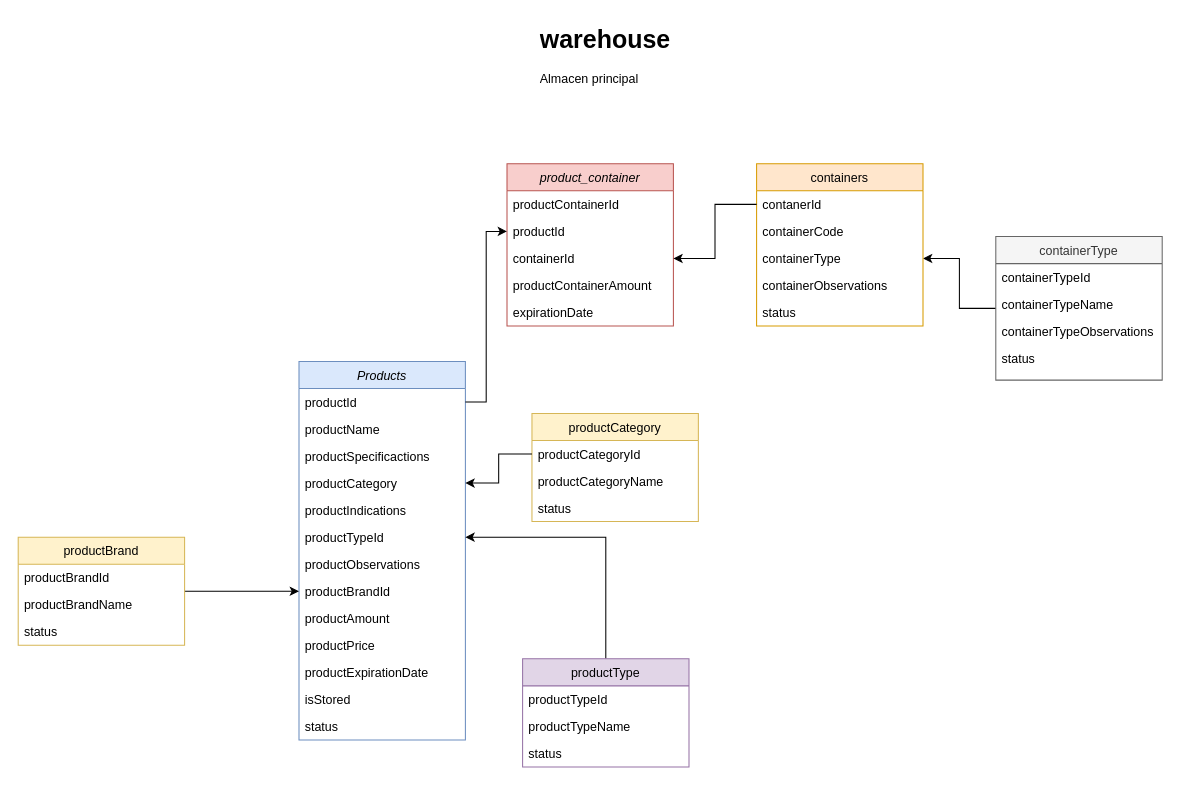
Earlier version of the draw.io diagram pharmacy.drawio (CarlosMayo1/pharmacy). Source tidied: cells renumbered, new cells numbered last; positions are measured from the earlier drawing's top-left corner, leaving out a move shared by most shapes. Both pictures are drawn from the tidied source at 104%, with x=0, y=0 at pixel (18, 18).
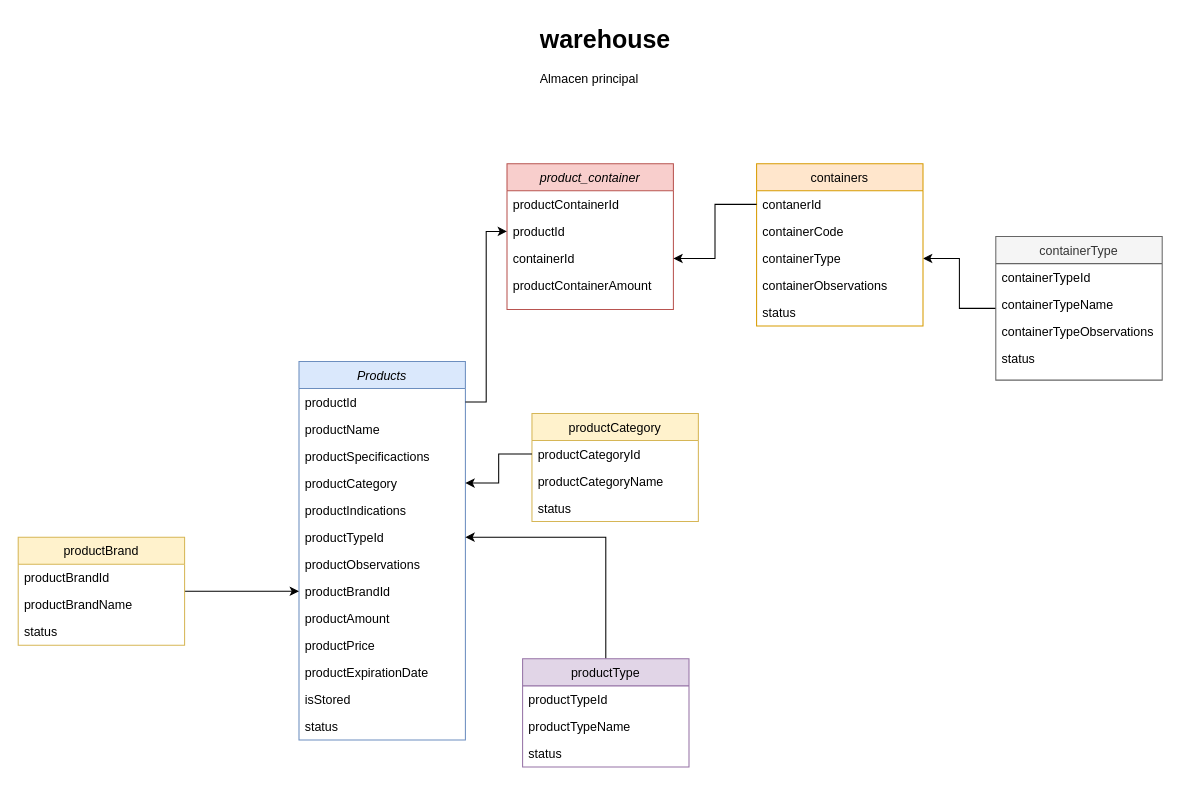
Above is the later version.

The edit, as a diff of the source:
```diff
@@
     <mxCell id="33" value="product_container" style="swimlane;fontStyle=2;align=center;verticalAlign=top;horizontal=1;startSize=26;rounded=0;shadow=0;strokeWidth=1;fillColor=#f8cecc;strokeColor=#b85450;" parent="1" vertex="1">
-      <mxGeometry x="470" y="140" width="160" height="156" as="geometry" />
+      <mxGeometry x="470" y="140" width="160" height="140" as="geometry" />
     </mxCell>
@@
-    <mxCell id="38" value="expirationDate" style="text;align=left;verticalAlign=top;spacingLeft=4;spacingRight=4;overflow=hidden;rounded=0;shadow=0;html=0;" parent="33" vertex="1">
-      <mxGeometry y="130" width="160" height="26" as="geometry" />
-    </mxCell>
```
